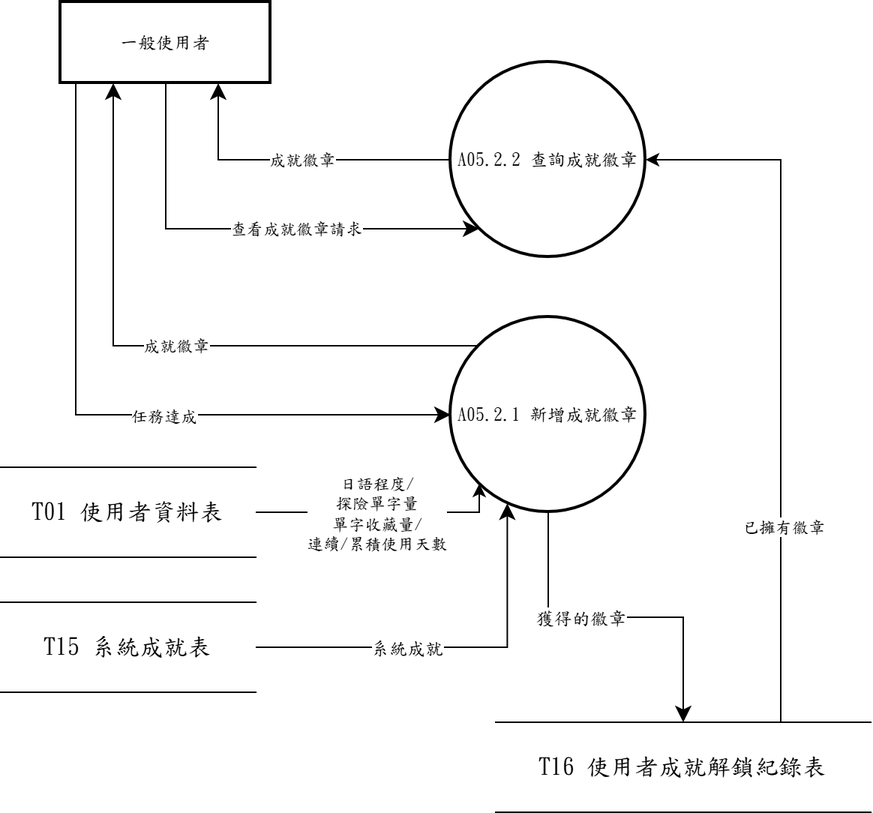
Earlier version of the draw.io export 系統文件/第6章/DFD圖/圖5/新/圖5-2.drawio.png (s22452007/115502). Source tidied: cells renumbered, new cells last; positions are measured from the earlier drawing's top-left corner, leaving out a move shared by most shapes. Source of this version:
```xml
<mxGraphModel>
  <root>
    <mxCell id="0" />
    <mxCell id="1" parent="0" />
    <mxCell id="2" value="A05.2.1 新增成就徽章" style="ellipse;strokeWidth=2;whiteSpace=wrap;fontFamily=標楷體;" parent="1" vertex="1">
      <mxGeometry x="300" y="210" width="130" height="130" as="geometry" />
    </mxCell>
    <mxCell id="3" style="edgeStyle=orthogonalEdgeStyle;rounded=0;jettySize=auto;html=1;entryX=0.5;entryY=0;entryDx=0;entryDy=0;fontSize=12;startSize=8;endSize=8;exitX=0.5;exitY=1;exitDx=0;exitDy=0;" parent="1" edge="1" source="2" target="11">
      <mxGeometry relative="1" as="geometry" />
    </mxCell>
    <mxCell id="4" value="獲得的徽章" style="edgeLabel;html=1;align=center;verticalAlign=middle;fontSize=12;fontFamily=標楷體;" parent="3" vertex="1">
      <mxGeometry x="-0.21" relative="1" as="geometry" />
    </mxCell>
    <mxCell id="5" style="rounded=0;jettySize=auto;html=1;exitX=1;exitY=0.5;exitDx=0;exitDy=0;fontSize=12;startSize=8;endSize=8;entryX=0.29;entryY=0.955;entryDx=0;entryDy=0;edgeStyle=orthogonalEdgeStyle;entryPerimeter=0;" parent="1" edge="1" source="7" target="2">
      <mxGeometry relative="1" as="geometry" />
    </mxCell>
    <mxCell id="6" value="系統成就" style="edgeLabel;html=1;align=center;verticalAlign=middle;fontSize=12;fontFamily=標楷體;" parent="5" vertex="1">
      <mxGeometry x="-0.03" y="-5" relative="1" as="geometry">
        <mxPoint x="-27" y="-5" as="offset" />
      </mxGeometry>
    </mxCell>
    <mxCell id="7" value="&lt;span lang=&quot;EN-US&quot; style=&quot;font-size: 12pt;&quot;&gt;T15&amp;nbsp;&lt;/span&gt;&lt;span style=&quot;font-size: 12pt;&quot;&gt;系統成就表&lt;/span&gt;" style="shape=partialRectangle;whiteSpace=wrap;html=1;left=0;right=0;fontFamily=標楷體;" parent="1" vertex="1">
      <mxGeometry y="400" width="170" height="60" as="geometry" />
    </mxCell>
    <mxCell id="8" style="edgeStyle=orthogonalEdgeStyle;rounded=0;jettySize=auto;html=1;exitX=0.5;exitY=1;exitDx=0;exitDy=0;fontSize=12;startSize=8;endSize=8;entryX=0;entryY=1;entryDx=0;entryDy=0;" parent="1" edge="1" source="10" target="19">
      <mxGeometry relative="1" as="geometry" />
    </mxCell>
    <mxCell id="9" value="查看成就徽章請求" style="edgeLabel;html=1;align=center;verticalAlign=middle;fontFamily=標楷體;" parent="8" vertex="1">
      <mxGeometry x="0.2" relative="1" as="geometry" />
    </mxCell>
    <mxCell id="10" value="一般使用者" style="whiteSpace=wrap;strokeWidth=2;fontFamily=標楷體;" parent="1" vertex="1">
      <mxGeometry x="40" width="140" height="54" as="geometry" />
    </mxCell>
    <mxCell id="11" value="&lt;span lang=&quot;EN-US&quot; style=&quot;font-size: 12pt;&quot;&gt;T16&amp;nbsp;&lt;/span&gt;&lt;span style=&quot;font-size: 12pt;&quot;&gt;使用者成就解鎖紀錄表&lt;/span&gt;" style="shape=partialRectangle;whiteSpace=wrap;html=1;left=0;right=0;fontFamily=標楷體;" parent="1" vertex="1">
      <mxGeometry x="330" y="480" width="250" height="60" as="geometry" />
    </mxCell>
    <mxCell id="12" style="rounded=0;jettySize=auto;html=1;exitX=0;exitY=0.5;exitDx=0;exitDy=0;entryX=0.75;entryY=1;entryDx=0;entryDy=0;fontSize=12;startSize=8;endSize=8;edgeStyle=orthogonalEdgeStyle;" parent="1" edge="1" source="19" target="10">
      <mxGeometry relative="1" as="geometry" />
    </mxCell>
    <mxCell id="13" value="成就徽章" style="edgeLabel;html=1;align=center;verticalAlign=middle;fontFamily=標楷體;" parent="12" vertex="1">
      <mxGeometry x="-0.03" y="-1" relative="1" as="geometry" />
    </mxCell>
    <mxCell id="14" value="&lt;span lang=&quot;EN-US&quot; style=&quot;font-size: 12pt;&quot;&gt;T01&amp;nbsp;&lt;/span&gt;&lt;span style=&quot;font-size: 12pt;&quot;&gt;使用者資料表&lt;/span&gt;" style="shape=partialRectangle;whiteSpace=wrap;html=1;left=0;right=0;fontFamily=標楷體;" parent="1" vertex="1">
      <mxGeometry y="310" width="170" height="60" as="geometry" />
    </mxCell>
    <mxCell id="15" style="rounded=0;jettySize=auto;html=1;exitX=1;exitY=0.5;exitDx=0;exitDy=0;entryX=0;entryY=1;entryDx=0;entryDy=0;edgeStyle=orthogonalEdgeStyle;" parent="1" edge="1" source="14" target="2">
      <mxGeometry relative="1" as="geometry">
        <Array as="points">
          <mxPoint x="319" y="340" />
        </Array>
      </mxGeometry>
    </mxCell>
    <mxCell id="16" value="日語程度/&lt;div&gt;探險單字量&lt;br&gt;&lt;div&gt;單字收藏量/&lt;/div&gt;&lt;div&gt;連續/累積使用天數&lt;/div&gt;&lt;/div&gt;" style="edgeLabel;html=1;align=center;verticalAlign=middle;fontFamily=標楷體;" parent="15" vertex="1">
      <mxGeometry x="0.14" y="1" relative="1" as="geometry">
        <mxPoint x="-16" y="1" as="offset" />
      </mxGeometry>
    </mxCell>
    <mxCell id="17" style="edgeStyle=orthogonalEdgeStyle;rounded=0;jettySize=auto;html=1;entryX=1;entryY=0.5;entryDx=0;entryDy=0;exitX=0.75;exitY=0;exitDx=0;exitDy=0;" parent="1" edge="1" source="11" target="19">
      <mxGeometry relative="1" as="geometry">
        <Array as="points">
          <mxPoint x="520" y="480" />
          <mxPoint x="520" y="105" />
        </Array>
      </mxGeometry>
    </mxCell>
    <mxCell id="18" value="已擁有徽章" style="edgeLabel;html=1;align=center;verticalAlign=middle;fontFamily=標楷體;" parent="17" vertex="1">
      <mxGeometry x="-0.43" y="-1" relative="1" as="geometry" />
    </mxCell>
    <mxCell id="19" value="A05.2.2 查詢成就徽章" style="ellipse;strokeWidth=2;whiteSpace=wrap;fontFamily=標楷體;" parent="1" vertex="1">
      <mxGeometry x="300" y="40" width="130" height="130" as="geometry" />
    </mxCell>
    <mxCell id="20" style="edgeStyle=orthogonalEdgeStyle;rounded=0;jettySize=auto;html=1;exitX=0;exitY=1;exitDx=0;exitDy=0;fontSize=12;startSize=8;endSize=8;entryX=0;entryY=0.5;entryDx=0;entryDy=0;" parent="1" edge="1" source="10" target="2">
      <mxGeometry relative="1" as="geometry">
        <Array as="points">
          <mxPoint x="50" y="54" />
          <mxPoint x="50" y="275" />
        </Array>
      </mxGeometry>
    </mxCell>
    <mxCell id="21" value="任務達成" style="edgeLabel;html=1;align=center;verticalAlign=middle;fontFamily=標楷體;" parent="20" vertex="1">
      <mxGeometry x="0.2" relative="1" as="geometry" />
    </mxCell>
    <mxCell id="22" style="rounded=0;jettySize=auto;html=1;exitX=0;exitY=0;exitDx=0;exitDy=0;entryX=0.25;entryY=1;entryDx=0;entryDy=0;fontSize=12;startSize=8;endSize=8;edgeStyle=orthogonalEdgeStyle;" parent="1" edge="1" source="2" target="10">
      <mxGeometry relative="1" as="geometry" />
    </mxCell>
    <mxCell id="23" value="成就徽章" style="edgeLabel;html=1;align=center;verticalAlign=middle;fontFamily=標楷體;" parent="22" vertex="1">
      <mxGeometry x="-0.03" y="-1" relative="1" as="geometry" />
    </mxCell>
  </root>
</mxGraphModel>
```
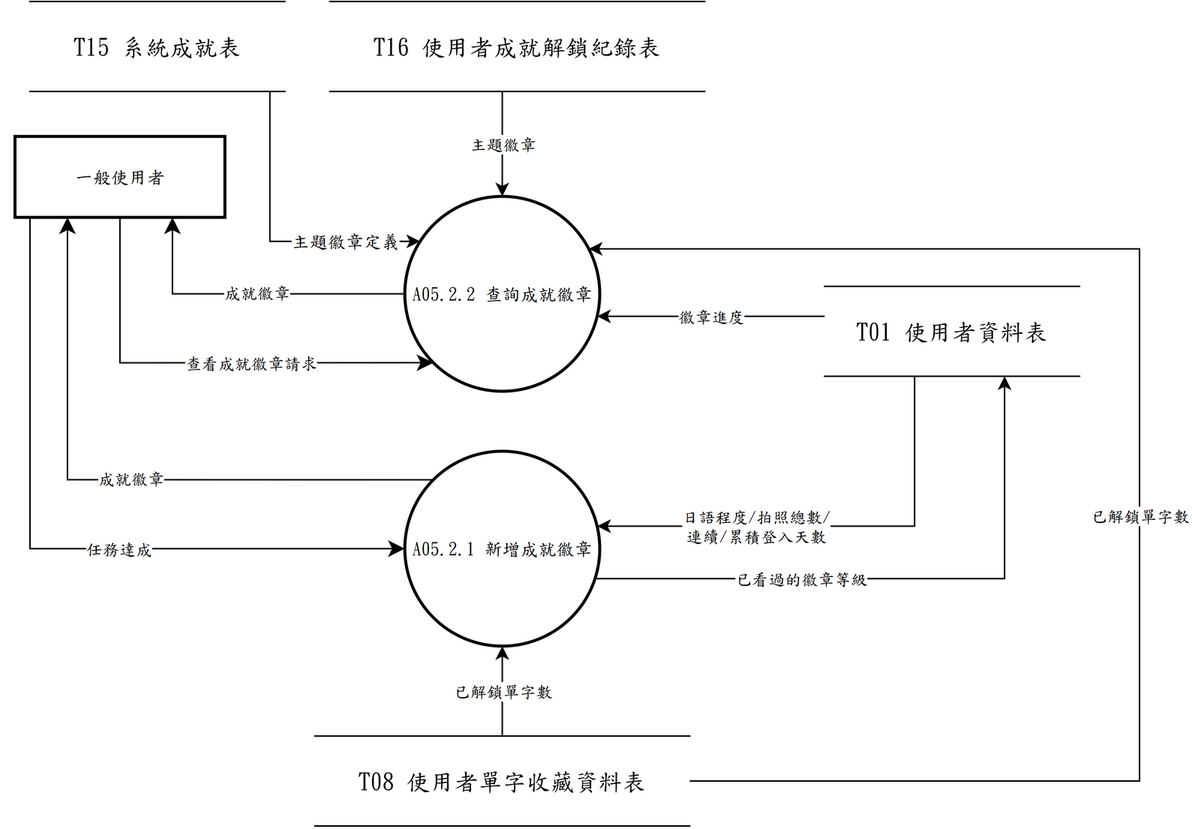
Later version of the same file.

The edit, as a diff of the source:
```diff
@@ -5,22 +5,18 @@
     <mxCell id="2" value="A05.2.1 新增成就徽章" style="ellipse;strokeWidth=2;whiteSpace=wrap;fontFamily=標楷體;" parent="1" vertex="1">
       <mxGeometry x="300" y="210" width="130" height="130" as="geometry" />
     </mxCell>
-    <mxCell id="3" style="edgeStyle=orthogonalEdgeStyle;rounded=0;jettySize=auto;html=1;entryX=0.5;entryY=0;entryDx=0;entryDy=0;fontSize=12;startSize=8;endSize=8;exitX=0.5;exitY=1;exitDx=0;exitDy=0;" parent="1" edge="1" source="2" target="11">
-      <mxGeometry relative="1" as="geometry" />
-    </mxCell>
-    <mxCell id="4" value="獲得的徽章" style="edgeLabel;html=1;align=center;verticalAlign=middle;fontSize=12;fontFamily=標楷體;" parent="3" vertex="1">
-      <mxGeometry x="-0.21" relative="1" as="geometry" />
-    </mxCell>
-    <mxCell id="5" style="rounded=0;jettySize=auto;html=1;exitX=1;exitY=0.5;exitDx=0;exitDy=0;fontSize=12;startSize=8;endSize=8;entryX=0.29;entryY=0.955;entryDx=0;entryDy=0;edgeStyle=orthogonalEdgeStyle;entryPerimeter=0;" parent="1" edge="1" source="7" target="2">
-      <mxGeometry relative="1" as="geometry" />
+    <mxCell id="5" style="rounded=0;jettySize=auto;html=1;exitX=0.9412;exitY=1;exitDx=0;exitDy=0;entryX=0.0787;entryY=0.2308;entryDx=0;entryDy=0;entryPerimeter=0;edgeStyle=orthogonalEdgeStyle;" parent="1" edge="1" source="7" target="19">
+      <mxGeometry relative="1" as="geometry">
+        <Array as="points">
+          <mxPoint x="210" y="70" />
+        </Array>
+      </mxGeometry>
     </mxCell>
-    <mxCell id="6" value="系統成就" style="edgeLabel;html=1;align=center;verticalAlign=middle;fontSize=12;fontFamily=標楷體;" parent="5" vertex="1">
-      <mxGeometry x="-0.03" y="-5" relative="1" as="geometry">
-        <mxPoint x="-27" y="-5" as="offset" />
-      </mxGeometry>
+    <mxCell id="6" value="主題徽章定義" style="edgeLabel;html=1;align=center;verticalAlign=middle;fontSize=12;fontFamily=標楷體;" parent="5" vertex="1">
+      <mxGeometry x="0.5" relative="1" as="geometry" />
     </mxCell>
     <mxCell id="7" value="&lt;span lang=&quot;EN-US&quot; style=&quot;font-size: 12pt;&quot;&gt;T15&amp;nbsp;&lt;/span&gt;&lt;span style=&quot;font-size: 12pt;&quot;&gt;系統成就表&lt;/span&gt;" style="shape=partialRectangle;whiteSpace=wrap;html=1;left=0;right=0;fontFamily=標楷體;" parent="1" vertex="1">
-      <mxGeometry y="400" width="170" height="60" as="geometry" />
+      <mxGeometry x="50" y="-90" width="170" height="60" as="geometry" />
     </mxCell>
     <mxCell id="8" style="edgeStyle=orthogonalEdgeStyle;rounded=0;jettySize=auto;html=1;exitX=0.5;exitY=1;exitDx=0;exitDy=0;fontSize=12;startSize=8;endSize=8;entryX=0;entryY=1;entryDx=0;entryDy=0;" parent="1" edge="1" source="10" target="19">
       <mxGeometry relative="1" as="geometry" />
@@ -32,7 +28,7 @@
       <mxGeometry x="40" width="140" height="54" as="geometry" />
     </mxCell>
     <mxCell id="11" value="&lt;span lang=&quot;EN-US&quot; style=&quot;font-size: 12pt;&quot;&gt;T16&amp;nbsp;&lt;/span&gt;&lt;span style=&quot;font-size: 12pt;&quot;&gt;使用者成就解鎖紀錄表&lt;/span&gt;" style="shape=partialRectangle;whiteSpace=wrap;html=1;left=0;right=0;fontFamily=標楷體;" parent="1" vertex="1">
-      <mxGeometry x="330" y="480" width="250" height="60" as="geometry" />
+      <mxGeometry x="250" y="-90" width="250" height="60" as="geometry" />
     </mxCell>
     <mxCell id="12" style="rounded=0;jettySize=auto;html=1;exitX=0;exitY=0.5;exitDx=0;exitDy=0;entryX=0.75;entryY=1;entryDx=0;entryDy=0;fontSize=12;startSize=8;endSize=8;edgeStyle=orthogonalEdgeStyle;" parent="1" edge="1" source="19" target="10">
       <mxGeometry relative="1" as="geometry" />
@@ -41,30 +37,23 @@
       <mxGeometry x="-0.03" y="-1" relative="1" as="geometry" />
     </mxCell>
     <mxCell id="14" value="&lt;span lang=&quot;EN-US&quot; style=&quot;font-size: 12pt;&quot;&gt;T01&amp;nbsp;&lt;/span&gt;&lt;span style=&quot;font-size: 12pt;&quot;&gt;使用者資料表&lt;/span&gt;" style="shape=partialRectangle;whiteSpace=wrap;html=1;left=0;right=0;fontFamily=標楷體;" parent="1" vertex="1">
-      <mxGeometry y="310" width="170" height="60" as="geometry" />
+      <mxGeometry x="580" y="100" width="170" height="60" as="geometry" />
     </mxCell>
-    <mxCell id="15" style="rounded=0;jettySize=auto;html=1;exitX=1;exitY=0.5;exitDx=0;exitDy=0;entryX=0;entryY=1;entryDx=0;entryDy=0;edgeStyle=orthogonalEdgeStyle;" parent="1" edge="1" source="14" target="2">
+    <mxCell id="15" style="rounded=0;jettySize=auto;html=1;exitX=0.3529;exitY=1;exitDx=0;exitDy=0;entryX=0.9865;entryY=0.3846;entryDx=0;entryDy=0;entryPerimeter=0;edgeStyle=orthogonalEdgeStyle;" parent="1" edge="1" source="14" target="2">
       <mxGeometry relative="1" as="geometry">
         <Array as="points">
-          <mxPoint x="319" y="340" />
+          <mxPoint x="640" y="260" />
         </Array>
       </mxGeometry>
     </mxCell>
-    <mxCell id="16" value="日語程度/&lt;div&gt;探險單字量&lt;br&gt;&lt;div&gt;單字收藏量/&lt;/div&gt;&lt;div&gt;連續/累積使用天數&lt;/div&gt;&lt;/div&gt;" style="edgeLabel;html=1;align=center;verticalAlign=middle;fontFamily=標楷體;" parent="15" vertex="1">
-      <mxGeometry x="0.14" y="1" relative="1" as="geometry">
-        <mxPoint x="-16" y="1" as="offset" />
-      </mxGeometry>
+    <mxCell id="16" value="日語程度/拍照總數/&lt;div&gt;連續/累積登入天數&lt;/div&gt;" style="edgeLabel;html=1;align=center;verticalAlign=middle;fontFamily=標楷體;" parent="15" vertex="1">
+      <mxGeometry x="0.32" relative="1" as="geometry" />
     </mxCell>
-    <mxCell id="17" style="edgeStyle=orthogonalEdgeStyle;rounded=0;jettySize=auto;html=1;entryX=1;entryY=0.5;entryDx=0;entryDy=0;exitX=0.75;exitY=0;exitDx=0;exitDy=0;" parent="1" edge="1" source="11" target="19">
-      <mxGeometry relative="1" as="geometry">
-        <Array as="points">
-          <mxPoint x="520" y="480" />
-          <mxPoint x="520" y="105" />
-        </Array>
-      </mxGeometry>
+    <mxCell id="17" style="rounded=0;jettySize=auto;html=1;exitX=0.46;exitY=1;exitDx=0;exitDy=0;entryX=0.5;entryY=0;entryDx=0;entryDy=0;edgeStyle=orthogonalEdgeStyle;" parent="1" edge="1" source="11" target="19">
+      <mxGeometry relative="1" as="geometry" />
     </mxCell>
-    <mxCell id="18" value="已擁有徽章" style="edgeLabel;html=1;align=center;verticalAlign=middle;fontFamily=標楷體;" parent="17" vertex="1">
-      <mxGeometry x="-0.43" y="-1" relative="1" as="geometry" />
+    <mxCell id="18" value="主題徽章" style="edgeLabel;html=1;align=center;verticalAlign=middle;fontFamily=標楷體;" parent="17" vertex="1">
+      <mxGeometry relative="1" as="geometry" />
     </mxCell>
     <mxCell id="19" value="A05.2.2 查詢成就徽章" style="ellipse;strokeWidth=2;whiteSpace=wrap;fontFamily=標楷體;" parent="1" vertex="1">
       <mxGeometry x="300" y="40" width="130" height="130" as="geometry" />
@@ -86,5 +75,41 @@
     <mxCell id="23" value="成就徽章" style="edgeLabel;html=1;align=center;verticalAlign=middle;fontFamily=標楷體;" parent="22" vertex="1">
       <mxGeometry x="-0.03" y="-1" relative="1" as="geometry" />
     </mxCell>
+    <mxCell id="24" style="rounded=0;jettySize=auto;html=1;exitX=0;exitY=0.3333;exitDx=0;exitDy=0;entryX=0.9865;entryY=0.6154;entryDx=0;entryDy=0;entryPerimeter=0;edgeStyle=orthogonalEdgeStyle;" parent="1" edge="1" source="14" target="19">
+      <mxGeometry relative="1" as="geometry" />
+    </mxCell>
+    <mxCell id="25" value="徽章進度" style="edgeLabel;html=1;align=center;verticalAlign=middle;fontFamily=標楷體;" parent="24" vertex="1">
+      <mxGeometry relative="1" as="geometry" />
+    </mxCell>
+    <mxCell id="26" style="rounded=0;jettySize=auto;html=1;exitX=0.9757;exitY=0.6538;exitDx=0;exitDy=0;exitPerimeter=0;entryX=0.7059;entryY=1;entryDx=0;entryDy=0;edgeStyle=orthogonalEdgeStyle;" parent="1" edge="1" source="2" target="14">
+      <mxGeometry relative="1" as="geometry">
+        <Array as="points">
+          <mxPoint x="700" y="295" />
+        </Array>
+      </mxGeometry>
+    </mxCell>
+    <mxCell id="27" value="已看過的徽章等級" style="edgeLabel;html=1;align=center;verticalAlign=middle;fontFamily=標楷體;" parent="26" vertex="1">
+      <mxGeometry x="-0.33" relative="1" as="geometry" />
+    </mxCell>
+    <mxCell id="28" value="&lt;span lang=&quot;EN-US&quot; style=&quot;font-size: 12pt;&quot;&gt;T08&amp;nbsp;&lt;/span&gt;&lt;span style=&quot;font-size: 12pt;&quot;&gt;使用者單字收藏資料表&lt;/span&gt;" style="shape=partialRectangle;whiteSpace=wrap;html=1;left=0;right=0;fontFamily=標楷體;" parent="1" vertex="1">
+      <mxGeometry x="240" y="400" width="250" height="60" as="geometry" />
+    </mxCell>
+    <mxCell id="29" style="rounded=0;jettySize=auto;html=1;exitX=0.5;exitY=0;exitDx=0;exitDy=0;entryX=0.5;entryY=1;entryDx=0;entryDy=0;edgeStyle=orthogonalEdgeStyle;" parent="1" edge="1" source="28" target="2">
+      <mxGeometry relative="1" as="geometry" />
+    </mxCell>
+    <mxCell id="30" value="已解鎖單字數" style="edgeLabel;html=1;align=center;verticalAlign=middle;fontFamily=標楷體;" parent="29" vertex="1">
+      <mxGeometry relative="1" as="geometry" />
+    </mxCell>
+    <mxCell id="31" style="rounded=0;jettySize=auto;html=1;exitX=1;exitY=0.5;exitDx=0;exitDy=0;entryX=0.9436;entryY=0.2692;entryDx=0;entryDy=0;entryPerimeter=0;edgeStyle=orthogonalEdgeStyle;" parent="1" edge="1" source="28" target="19">
+      <mxGeometry relative="1" as="geometry">
+        <Array as="points">
+          <mxPoint x="790" y="430" />
+          <mxPoint x="790" y="75" />
+        </Array>
+      </mxGeometry>
+    </mxCell>
+    <mxCell id="32" value="已解鎖單字數" style="edgeLabel;html=1;align=center;verticalAlign=middle;fontFamily=標楷體;" parent="31" vertex="1">
+      <mxGeometry x="-0.07" relative="1" as="geometry" />
+    </mxCell>
   </root>
 </mxGraphModel>
```
